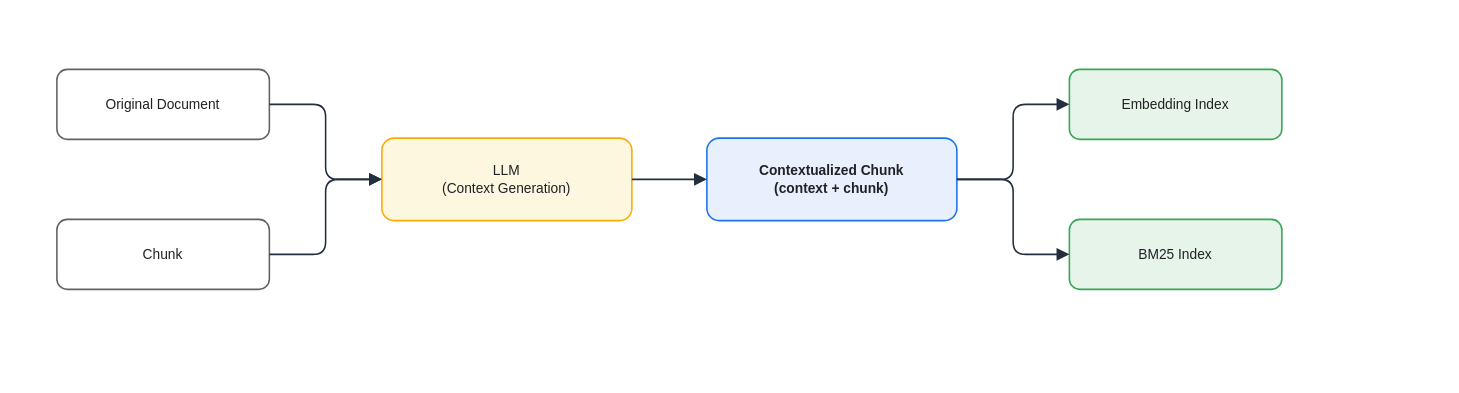
The draw.io diagram assets/img/ai/rag-02-contextual-retrieval.drawio in KKamJi98/kkamji98.github.io, before the edit. Source tidied: cells renumbered, new cells numbered last; positions are measured from the earlier drawing's top-left corner, leaving out a move shared by most shapes. Both pictures are drawn from the tidied source at 125%, with x=0, y=0 at pixel (56, 69).
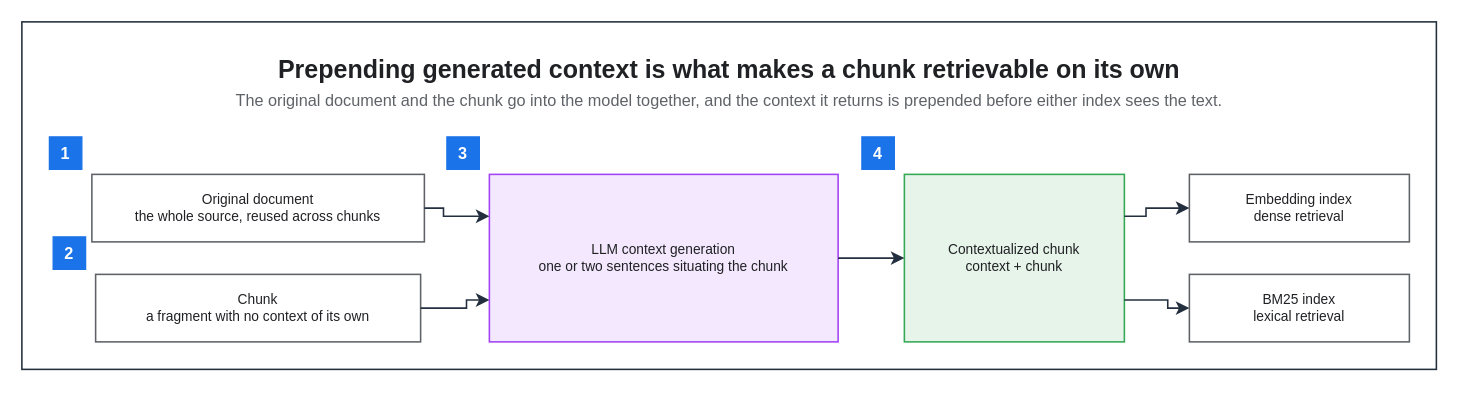
After the change.

Diff of the diagram source:
```diff
@@
+    <mxCell id="13" style="rounded=0;html=0;fillColor=none;strokeColor=#232F3E;fontColor=#202124;strokeWidth=1.25;" parent="1" vertex="1">
+      <mxGeometry x="-28" y="-38" width="1131.6" height="278" as="geometry" />
+    </mxCell>
+    <mxCell id="14" value="Prepending generated context is what makes a chunk retrievable on its own" style="text;html=0;whiteSpace=wrap;fillColor=none;strokeColor=none;fontColor=#202124;fontSize=20;fontStyle=1;align=center;verticalAlign=middle;" parent="1" vertex="1">
+      <mxGeometry x="-6" y="-16" width="1087.6" height="30" as="geometry" />
+    </mxCell>
+    <mxCell id="15" value="The original document and the chunk go into the model together, and the context it returns is prepended before either index sees the text." style="text;html=0;whiteSpace=wrap;fillColor=none;strokeColor=none;fontColor=#5F6368;fontSize=13;fontStyle=0;align=center;verticalAlign=middle;" parent="1" vertex="1">
+      <mxGeometry x="-6" y="14" width="1087.6" height="22" as="geometry" />
+    </mxCell>
-    <mxCell id="2" value="Original Document" style="rounded=1;whiteSpace=wrap;html=0;fillColor=#FFFFFF;strokeColor=#5F6368;shadow=0;fontSize=11;fontColor=#202124;strokeWidth=1.25;" parent="1" vertex="1">
-      <mxGeometry width="170" height="56" as="geometry" />
+    <mxCell id="2" value="Original document&#10;the whole source, reused across chunks" style="rounded=0;whiteSpace=wrap;html=0;fillColor=#FFFFFF;strokeColor=#5F6368;fontColor=#202124;fontSize=11;fontStyle=0;align=center;verticalAlign=middle;spacingLeft=6;spacingRight=6;strokeWidth=1.25;" parent="1" vertex="1">
+      <mxGeometry x="28" y="84" width="266" height="54" as="geometry" />
     </mxCell>
-    <mxCell id="3" value="Chunk" style="rounded=1;whiteSpace=wrap;html=0;fillColor=#FFFFFF;strokeColor=#5F6368;shadow=0;fontSize=11;fontColor=#202124;strokeWidth=1.25;" parent="1" vertex="1">
-      <mxGeometry y="120" width="170" height="56" as="geometry" />
+    <mxCell id="3" value="Chunk&#10;a fragment with no context of its own" style="rounded=0;whiteSpace=wrap;html=0;fillColor=#FFFFFF;strokeColor=#5F6368;fontColor=#202124;fontSize=11;fontStyle=0;align=center;verticalAlign=middle;spacingLeft=6;spacingRight=6;strokeWidth=1.25;" parent="1" vertex="1">
+      <mxGeometry x="31" y="164" width="260" height="54" as="geometry" />
     </mxCell>
-    <mxCell id="4" value="LLM&#10;(Context Generation)" style="rounded=1;whiteSpace=wrap;html=0;fillColor=#FEF7E0;strokeColor=#F9AB00;shadow=0;fontSize=11;fontColor=#202124;strokeWidth=1.25;" parent="1" vertex="1">
-      <mxGeometry x="260" y="55" width="200" height="66" as="geometry" />
+    <mxCell id="4" value="LLM context generation&#10;one or two sentences situating the chunk" style="rounded=0;whiteSpace=wrap;html=0;fillColor=#F3E8FD;strokeColor=#A142F4;fontColor=#202124;fontSize=11;fontStyle=0;align=center;verticalAlign=middle;spacingLeft=6;spacingRight=6;strokeWidth=1.25;" parent="1" vertex="1">
+      <mxGeometry x="346" y="84" width="279" height="134" as="geometry" />
     </mxCell>
-    <mxCell id="5" value="Contextualized Chunk&#10;(context + chunk)" style="rounded=1;whiteSpace=wrap;html=0;fillColor=#E8F0FE;strokeColor=#1A73E8;shadow=0;fontSize=11;fontColor=#202124;fontStyle=1;strokeWidth=1.25;" parent="1" vertex="1">
-      <mxGeometry x="520" y="55" width="200" height="66" as="geometry" />
+    <mxCell id="5" value="Contextualized chunk&#10;context + chunk" style="rounded=0;whiteSpace=wrap;html=0;fillColor=#E6F4EA;strokeColor=#34A853;fontColor=#202124;fontSize=11;fontStyle=0;align=center;verticalAlign=middle;spacingLeft=6;spacingRight=6;strokeWidth=1.25;" parent="1" vertex="1">
+      <mxGeometry x="678" y="84" width="176" height="134" as="geometry" />
     </mxCell>
-    <mxCell id="6" value="Embedding Index" style="rounded=1;whiteSpace=wrap;html=0;fillColor=#E6F4EA;strokeColor=#34A853;shadow=0;fontSize=11;fontColor=#202124;strokeWidth=1.25;" parent="1" vertex="1">
-      <mxGeometry x="810" width="170" height="56" as="geometry" />
+    <mxCell id="6" value="Embedding index&#10;dense retrieval" style="rounded=0;whiteSpace=wrap;html=0;fillColor=#FFFFFF;strokeColor=#5F6368;fontColor=#202124;fontSize=11;fontStyle=0;align=center;verticalAlign=middle;spacingLeft=6;spacingRight=6;strokeWidth=1.25;" parent="1" vertex="1">
+      <mxGeometry x="906" y="84" width="176" height="54" as="geometry" />
     </mxCell>
-    <mxCell id="7" value="BM25 Index" style="rounded=1;whiteSpace=wrap;html=0;fillColor=#E6F4EA;strokeColor=#34A853;shadow=0;fontSize=11;fontColor=#202124;strokeWidth=1.25;" parent="1" vertex="1">
-      <mxGeometry x="810" y="120" width="170" height="56" as="geometry" />
+    <mxCell id="7" value="BM25 index&#10;lexical retrieval" style="rounded=0;whiteSpace=wrap;html=0;fillColor=#FFFFFF;strokeColor=#5F6368;fontColor=#202124;fontSize=11;fontStyle=0;align=center;verticalAlign=middle;spacingLeft=6;spacingRight=6;strokeWidth=1.25;" parent="1" vertex="1">
+      <mxGeometry x="906" y="164" width="176" height="54" as="geometry" />
     </mxCell>
+    <mxCell id="16" value="1" style="rounded=0;whiteSpace=wrap;html=0;fillColor=#1A73E8;strokeColor=#1A73E8;fontColor=#FFFFFF;fontSize=13;fontStyle=1;align=center;verticalAlign=middle;" parent="1" vertex="1">
+      <mxGeometry x="-6" y="54" width="26" height="26" as="geometry" />
+    </mxCell>
+    <mxCell id="17" value="2" style="rounded=0;whiteSpace=wrap;html=0;fillColor=#1A73E8;strokeColor=#1A73E8;fontColor=#FFFFFF;fontSize=13;fontStyle=1;align=center;verticalAlign=middle;" parent="1" vertex="1">
+      <mxGeometry x="-3" y="134" width="26" height="26" as="geometry" />
+    </mxCell>
+    <mxCell id="18" value="3" style="rounded=0;whiteSpace=wrap;html=0;fillColor=#1A73E8;strokeColor=#1A73E8;fontColor=#FFFFFF;fontSize=13;fontStyle=1;align=center;verticalAlign=middle;" parent="1" vertex="1">
+      <mxGeometry x="312" y="54" width="26" height="26" as="geometry" />
+    </mxCell>
+    <mxCell id="19" value="4" style="rounded=0;whiteSpace=wrap;html=0;fillColor=#1A73E8;strokeColor=#1A73E8;fontColor=#FFFFFF;fontSize=13;fontStyle=1;align=center;verticalAlign=middle;" parent="1" vertex="1">
+      <mxGeometry x="644" y="54" width="26" height="26" as="geometry" />
+    </mxCell>
-    <mxCell id="8" style="edgeStyle=orthogonalEdgeStyle;rounded=1;html=0;endArrow=block;strokeColor=#232F3E;fontColor=#202124;fontSize=11;labelBackgroundColor=none;strokeWidth=1.25;endSize=7;" parent="1" edge="1" source="2" target="4">
-      <mxGeometry relative="1" as="geometry" />
+    <mxCell id="8" style="edgeStyle=orthogonalEdgeStyle;rounded=0;html=0;strokeColor=#232F3E;strokeWidth=1.25;endArrow=classic;endFill=1;endSize=7;fontSize=11;fontColor=#202124;labelBackgroundColor=none;jettySize=14;exitX=1;exitY=0.5;entryX=0;entryY=0.25;exitDx=0;exitDy=0;entryDx=0;entryDy=0;" parent="1" edge="1" source="2" target="4">
+      <mxGeometry relative="1" as="geometry">
+        <Array as="points">
+          <mxPoint x="309.3" y="111" />
+          <mxPoint x="309.3" y="117.5" />
+        </Array>
+      </mxGeometry>
     </mxCell>
-    <mxCell id="9" style="edgeStyle=orthogonalEdgeStyle;rounded=1;html=0;endArrow=block;strokeColor=#232F3E;fontColor=#202124;fontSize=11;labelBackgroundColor=none;strokeWidth=1.25;endSize=7;" parent="1" edge="1" source="3" target="4">
-      <mxGeometry relative="1" as="geometry" />
+    <mxCell id="9" style="edgeStyle=orthogonalEdgeStyle;rounded=0;html=0;strokeColor=#232F3E;strokeWidth=1.25;endArrow=classic;endFill=1;endSize=7;fontSize=11;fontColor=#202124;labelBackgroundColor=none;jettySize=14;exitX=1;exitY=0.5;entryX=0;entryY=0.75;exitDx=0;exitDy=0;entryDx=0;entryDy=0;" parent="1" edge="1" source="3" target="4">
+      <mxGeometry relative="1" as="geometry">
+        <Array as="points">
+          <mxPoint x="327.7" y="191" />
+          <mxPoint x="327.7" y="184.5" />
+        </Array>
+      </mxGeometry>
     </mxCell>
-    <mxCell id="10" style="edgeStyle=orthogonalEdgeStyle;rounded=1;html=0;endArrow=block;strokeColor=#232F3E;fontColor=#202124;fontSize=11;labelBackgroundColor=none;strokeWidth=1.25;endSize=7;" parent="1" edge="1" source="4" target="5">
+    <mxCell id="10" style="edgeStyle=orthogonalEdgeStyle;rounded=0;html=0;strokeColor=#232F3E;strokeWidth=1.25;endArrow=classic;endFill=1;endSize=7;fontSize=11;fontColor=#202124;labelBackgroundColor=none;jettySize=14;exitX=1;exitY=0.5;entryX=0;entryY=0.5;exitDx=0;exitDy=0;entryDx=0;entryDy=0;" parent="1" edge="1" source="4" target="5">
       <mxGeometry relative="1" as="geometry" />
     </mxCell>
-    <mxCell id="11" style="edgeStyle=orthogonalEdgeStyle;rounded=1;html=0;endArrow=block;strokeColor=#232F3E;fontColor=#202124;strokeWidth=1.25;endSize=7;" parent="1" edge="1" source="5" target="6">
-      <mxGeometry relative="1" as="geometry" />
+    <mxCell id="11" style="edgeStyle=orthogonalEdgeStyle;rounded=0;html=0;strokeColor=#232F3E;strokeWidth=1.25;endArrow=classic;endFill=1;endSize=7;fontSize=11;fontColor=#202124;labelBackgroundColor=none;jettySize=14;exitX=1;exitY=0.25;entryX=0;entryY=0.5;exitDx=0;exitDy=0;entryDx=0;entryDy=0;" parent="1" edge="1" source="5" target="6">
+      <mxGeometry relative="1" as="geometry">
+        <Array as="points">
+          <mxPoint x="871.3" y="117.5" />
+          <mxPoint x="871.3" y="111" />
+        </Array>
+      </mxGeometry>
     </mxCell>
-    <mxCell id="12" style="edgeStyle=orthogonalEdgeStyle;rounded=1;html=0;endArrow=block;strokeColor=#232F3E;fontColor=#202124;strokeWidth=1.25;endSize=7;" parent="1" edge="1" source="5" target="7">
-      <mxGeometry relative="1" as="geometry" />
+    <mxCell id="12" style="edgeStyle=orthogonalEdgeStyle;rounded=0;html=0;strokeColor=#232F3E;strokeWidth=1.25;endArrow=classic;endFill=1;endSize=7;fontSize=11;fontColor=#202124;labelBackgroundColor=none;jettySize=14;exitX=1;exitY=0.75;entryX=0;entryY=0.5;exitDx=0;exitDy=0;entryDx=0;entryDy=0;" parent="1" edge="1" source="5" target="7">
+      <mxGeometry relative="1" as="geometry">
+        <Array as="points">
+          <mxPoint x="888.7" y="184.5" />
+          <mxPoint x="888.7" y="191" />
+        </Array>
+      </mxGeometry>
     </mxCell>
```
